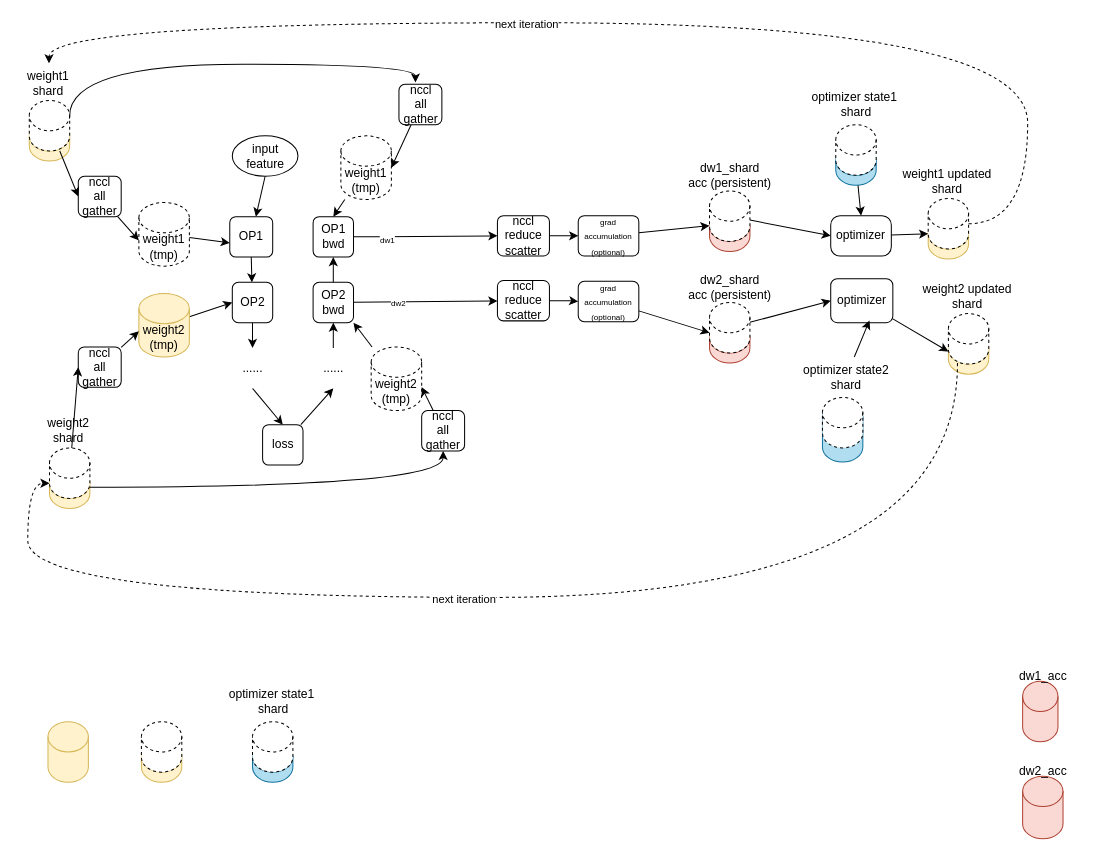
The draw.io diagram zero3.drawio in thereAreDemonsNearby/DynamoRIOAndDrCCTProfNotes, before the edit. Source tidied: cells renumbered, new cells numbered last; positions are measured from the earlier drawing's top-left corner, leaving out a move shared by most shapes. Both pictures are drawn from the tidied source at 101%, with x=0, y=0 at pixel (17, 22).
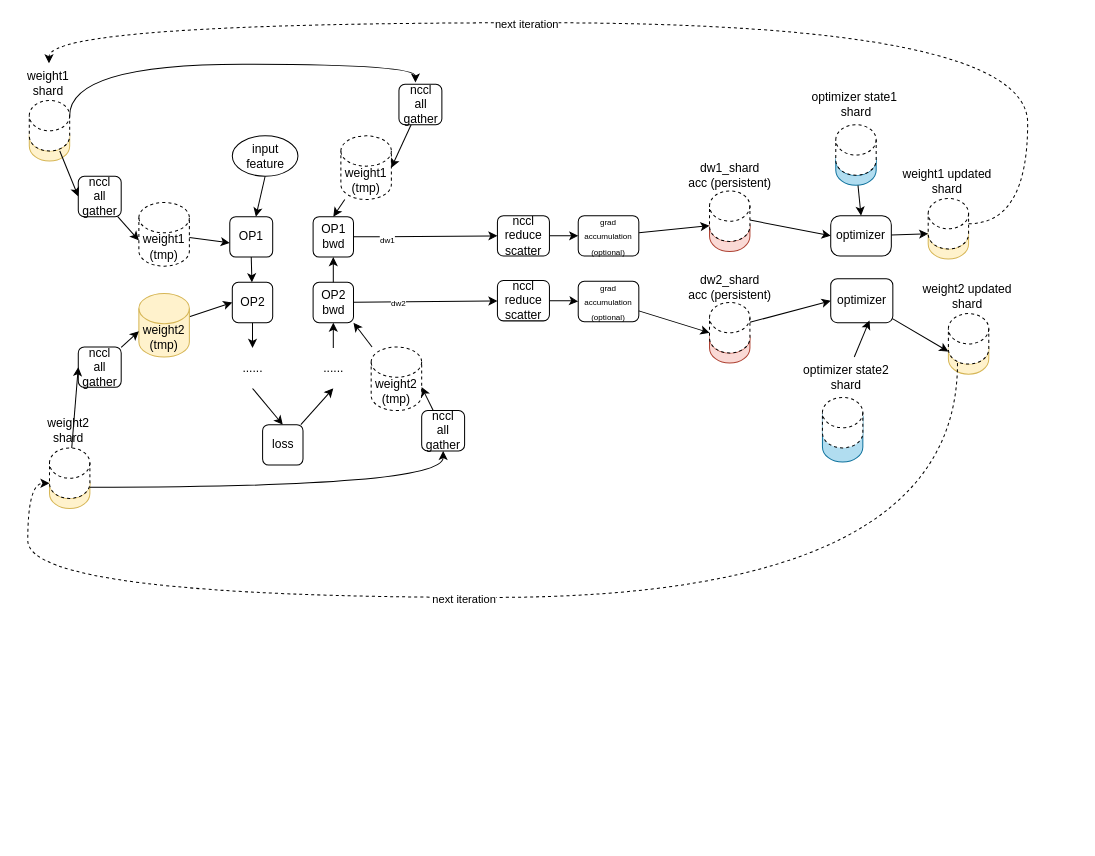
The same diagram, later.

Change to the diagram source:
```diff
@@
-    <mxCell id="35" style="shape=cylinder3;whiteSpace=wrap;html=1;boundedLbl=1;backgroundOutline=1;size=15;fillColor=#fff2cc;strokeColor=#d6b656;" parent="1" vertex="1">
-      <mxGeometry x="30" y="692" width="40" height="60" as="geometry" />
-    </mxCell>
-    <mxCell id="36" style="shape=cylinder3;whiteSpace=wrap;html=1;boundedLbl=1;backgroundOutline=1;size=15;fillColor=#fff2cc;strokeColor=#d6b656;" parent="1" vertex="1">
-      <mxGeometry x="122.5" y="712" width="40" height="40" as="geometry" />
-    </mxCell>
-    <mxCell id="37" style="shape=cylinder3;whiteSpace=wrap;html=1;boundedLbl=1;backgroundOutline=1;size=15;dashed=1;" parent="1" vertex="1">
-      <mxGeometry x="122.5" y="692" width="40" height="50" as="geometry" />
-    </mxCell>
-    <mxCell id="38" style="group;" parent="1" vertex="1">
-      <mxGeometry x="197.5" y="652" width="110" height="100" as="geometry" />
-    </mxCell>
-    <mxCell id="39" style="shape=cylinder3;whiteSpace=wrap;html=1;boundedLbl=1;backgroundOutline=1;size=15;fillColor=#b1ddf0;strokeColor=#10739e;" parent="38" vertex="1">
-      <mxGeometry x="35" y="60" width="40" height="40" as="geometry" />
-    </mxCell>
-    <mxCell id="40" style="shape=cylinder3;whiteSpace=wrap;html=1;boundedLbl=1;backgroundOutline=1;size=15;dashed=1;" parent="38" vertex="1">
-      <mxGeometry x="35" y="40" width="40" height="50" as="geometry" />
-    </mxCell>
-    <mxCell id="41" value="&lt;div&gt;optimizer state1&amp;nbsp;&lt;/div&gt;&lt;div&gt;shard&lt;/div&gt;" style="text;html=1;align=center;verticalAlign=middle;strokeColor=none;fillColor=none;" parent="38" vertex="1">
-      <mxGeometry width="110" height="40" as="geometry" />
-    </mxCell>
@@
-    <mxCell id="63" style="group;" parent="1" vertex="1">
-      <mxGeometry x="980" y="632" width="70" height="82" as="geometry" />
-    </mxCell>
-    <mxCell id="64" style="shape=cylinder3;whiteSpace=wrap;html=1;boundedLbl=1;backgroundOutline=1;size=15;fillColor=#fad9d5;strokeColor=#ae4132;" parent="63" vertex="1">
-      <mxGeometry x="15" y="20" width="35" height="60" as="geometry" />
-    </mxCell>
-    <mxCell id="65" value="&lt;div&gt;dw1_acc&lt;/div&gt;" style="text;html=1;align=center;verticalAlign=middle;strokeColor=none;fillColor=none;" parent="63" vertex="1">
-      <mxGeometry width="70" height="30" as="geometry" />
-    </mxCell>
-    <mxCell id="66" style="group;" parent="1" vertex="1">
-      <mxGeometry x="980" y="726" width="70" height="82" as="geometry" />
-    </mxCell>
-    <mxCell id="67" style="shape=cylinder3;whiteSpace=wrap;html=1;boundedLbl=1;backgroundOutline=1;size=15;fillColor=#fad9d5;strokeColor=#ae4132;" parent="66" vertex="1">
-      <mxGeometry x="15" y="20" width="40" height="62" as="geometry" />
-    </mxCell>
-    <mxCell id="68" value="&lt;div&gt;dw2_acc&lt;/div&gt;" style="text;html=1;align=center;verticalAlign=middle;strokeColor=none;fillColor=none;" parent="66" vertex="1">
-      <mxGeometry width="70" height="30" as="geometry" />
-    </mxCell>
```
